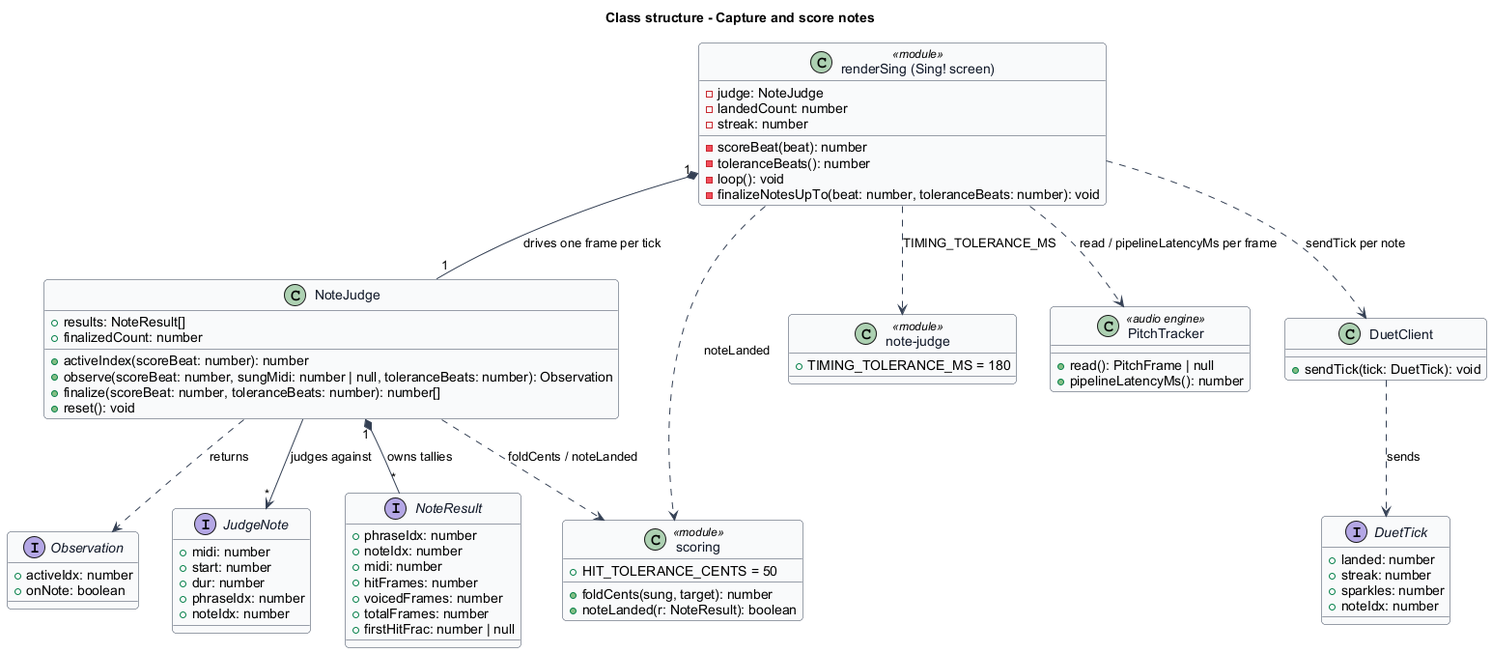
Above: docs/detailed-designs/singing-gameplay/capture-and-score-notes/diagrams/class-structure.png in QuinntyneBrown/TwinkleTune (PlantUML), before the change.
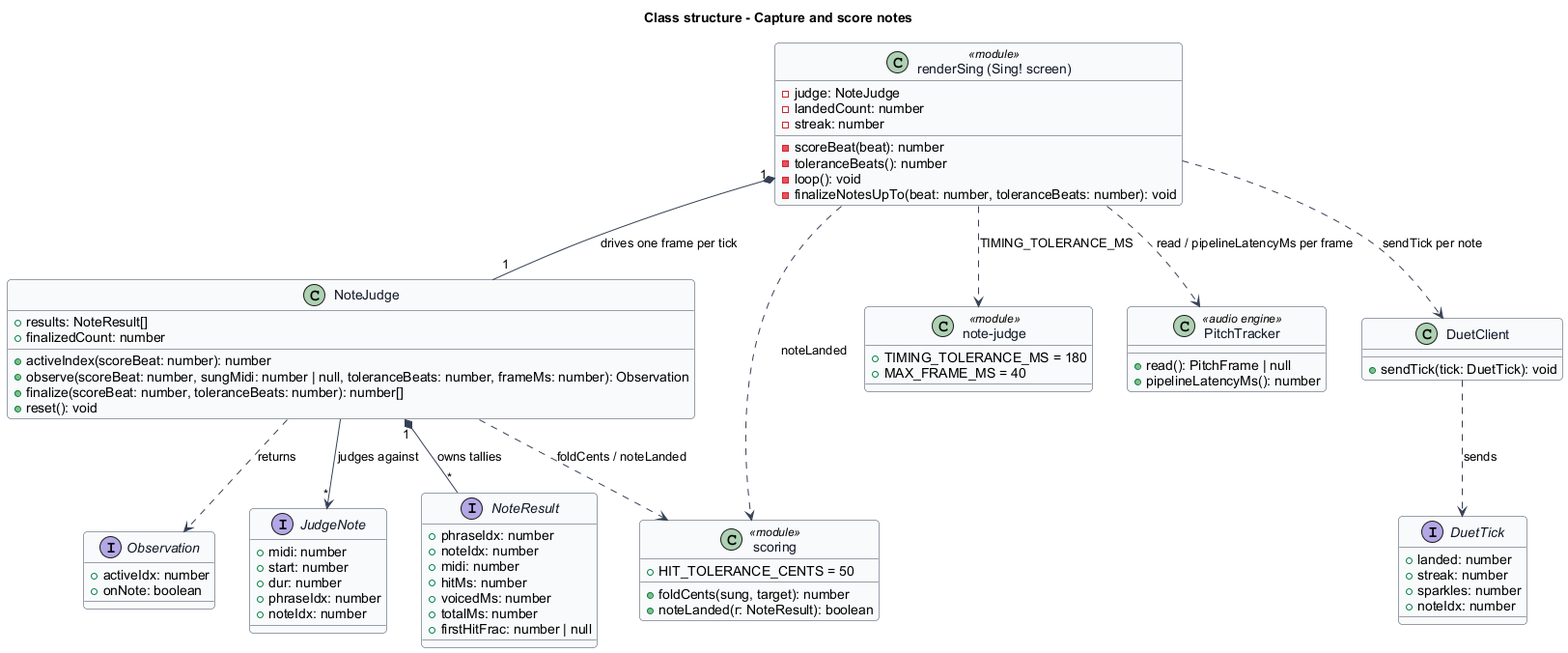
Above is the later version.

The edit, as a diff of the source:
```diff
@@ -25,7 +25,7 @@
   +results: NoteResult[]
   +finalizedCount: number
   +activeIndex(scoreBeat: number): number
-  +observe(scoreBeat: number, sungMidi: number | null, toleranceBeats: number): Observation
+  +observe(scoreBeat: number, sungMidi: number | null, toleranceBeats: number, frameMs: number): Observation
   +finalize(scoreBeat: number, toleranceBeats: number): number[]
   +reset(): void
 }
@@ -47,9 +47,9 @@
   +phraseIdx: number
   +noteIdx: number
   +midi: number
-  +hitFrames: number
-  +voicedFrames: number
-  +totalFrames: number
+  +hitMs: number
+  +voicedMs: number
+  +totalMs: number
   +firstHitFrac: number | null
 }
 
@@ -61,6 +61,7 @@
 
 class "note-judge" as JudgeMod <<module>> {
   +TIMING_TOLERANCE_MS = 180
+  +MAX_FRAME_MS = 40
 }
 
 class PitchTracker <<audio engine>> {
```
